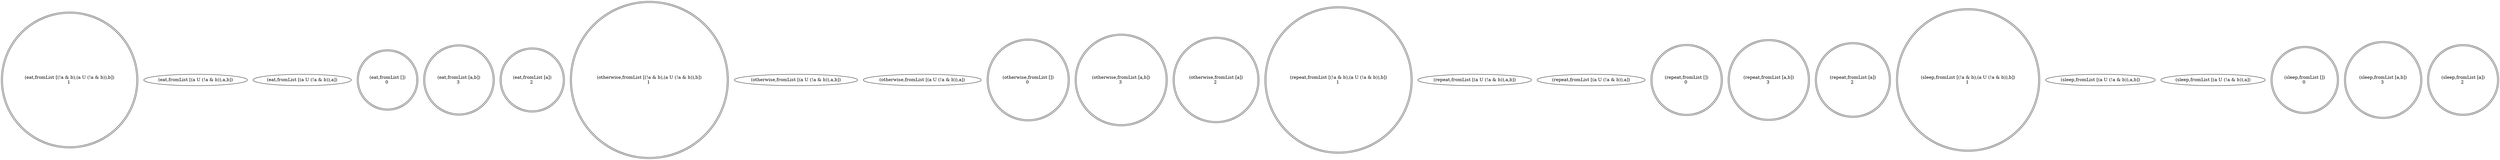
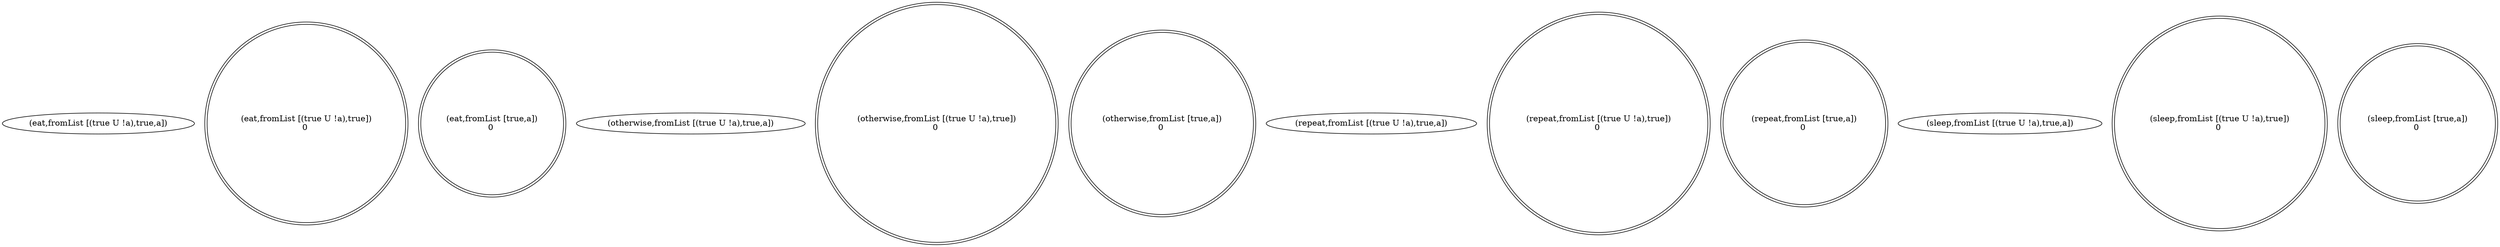
digraph gnba {
    node [colorscheme = spectral11];
-     "(eat,fromList [(!a & b),(a U (!a & b)),b])" [shape = doublecircle] [label = "(eat,fromList [(!a & b),(a U (!a & b)),b])
- 1 "];
-     "(eat,fromList [(a U (!a & b)),a,b])";
-     "(eat,fromList [(a U (!a & b)),a])";
-     "(eat,fromList [])" [shape = doublecircle] [label = "(eat,fromList [])
+     "(eat,fromList [(true U !a),true,a])";
+     "(eat,fromList [(true U !a),true])" [shape = doublecircle] [label = "(eat,fromList [(true U !a),true])
0 "];
-     "(eat,fromList [a,b])" [shape = doublecircle] [label = "(eat,fromList [a,b])
- 3 "];
-     "(eat,fromList [a])" [shape = doublecircle] [label = "(eat,fromList [a])
- 2 "];
-     "(otherwise,fromList [(!a & b),(a U (!a & b)),b])" [shape = doublecircle] [label = "(otherwise,fromList [(!a & b),(a U (!a & b)),b])
- 1 "][color = "green"];
-     "(otherwise,fromList [(a U (!a & b)),a,b])"[color = "green"];
-     "(otherwise,fromList [(a U (!a & b)),a])"[color = "green"];
-     "(otherwise,fromList [])" [shape = doublecircle] [label = "(otherwise,fromList [])
+     "(eat,fromList [true,a])" [shape = doublecircle] [label = "(eat,fromList [true,a])
+ 0 "];
+     "(otherwise,fromList [(true U !a),true,a])";
+     "(otherwise,fromList [(true U !a),true])" [shape = doublecircle] [label = "(otherwise,fromList [(true U !a),true])
+ 0 "];
+     "(otherwise,fromList [true,a])" [shape = doublecircle] [label = "(otherwise,fromList [true,a])
+ 0 "];
+     "(repeat,fromList [(true U !a),true,a])";
+     "(repeat,fromList [(true U !a),true])" [shape = doublecircle] [label = "(repeat,fromList [(true U !a),true])
+ 0 "];
+     "(repeat,fromList [true,a])" [shape = doublecircle] [label = "(repeat,fromList [true,a])
+ 0 "];
+     "(sleep,fromList [(true U !a),true,a])"[color = "green"];
+     "(sleep,fromList [(true U !a),true])" [shape = doublecircle] [label = "(sleep,fromList [(true U !a),true])
0 "][color = "green"];
-     "(otherwise,fromList [a,b])" [shape = doublecircle] [label = "(otherwise,fromList [a,b])
- 3 "][color = "green"];
-     "(otherwise,fromList [a])" [shape = doublecircle] [label = "(otherwise,fromList [a])
- 2 "][color = "green"];
-     "(repeat,fromList [(!a & b),(a U (!a & b)),b])" [shape = doublecircle] [label = "(repeat,fromList [(!a & b),(a U (!a & b)),b])
- 1 "];
-     "(repeat,fromList [(a U (!a & b)),a,b])";
-     "(repeat,fromList [(a U (!a & b)),a])";
-     "(repeat,fromList [])" [shape = doublecircle] [label = "(repeat,fromList [])
+     "(sleep,fromList [true,a])" [shape = doublecircle] [label = "(sleep,fromList [true,a])
0 "];
-     "(repeat,fromList [a,b])" [shape = doublecircle] [label = "(repeat,fromList [a,b])
- 3 "];
-     "(repeat,fromList [a])" [shape = doublecircle] [label = "(repeat,fromList [a])
- 2 "];
-     "(sleep,fromList [(!a & b),(a U (!a & b)),b])" [shape = doublecircle] [label = "(sleep,fromList [(!a & b),(a U (!a & b)),b])
- 1 "][color = "green"];
-     "(sleep,fromList [(a U (!a & b)),a,b])"[color = "green"];
-     "(sleep,fromList [(a U (!a & b)),a])"[color = "green"];
-     "(sleep,fromList [])" [shape = doublecircle] [label = "(sleep,fromList [])
- 0 "];
-     "(sleep,fromList [a,b])" [shape = doublecircle] [label = "(sleep,fromList [a,b])
- 3 "];
-     "(sleep,fromList [a])" [shape = doublecircle] [label = "(sleep,fromList [a])
- 2 "];
}